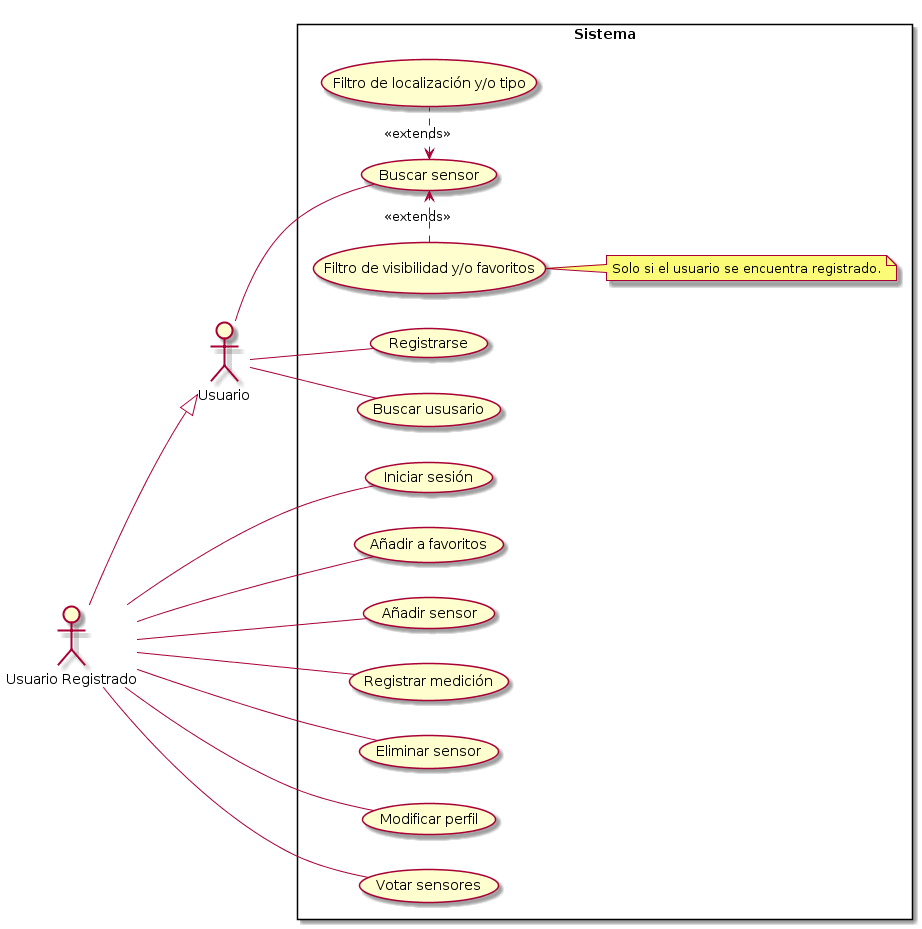
Earlier version of the PlantUML export Diagramas/Casos de Uso/Casos de Uso.png (Canario0/SSW).
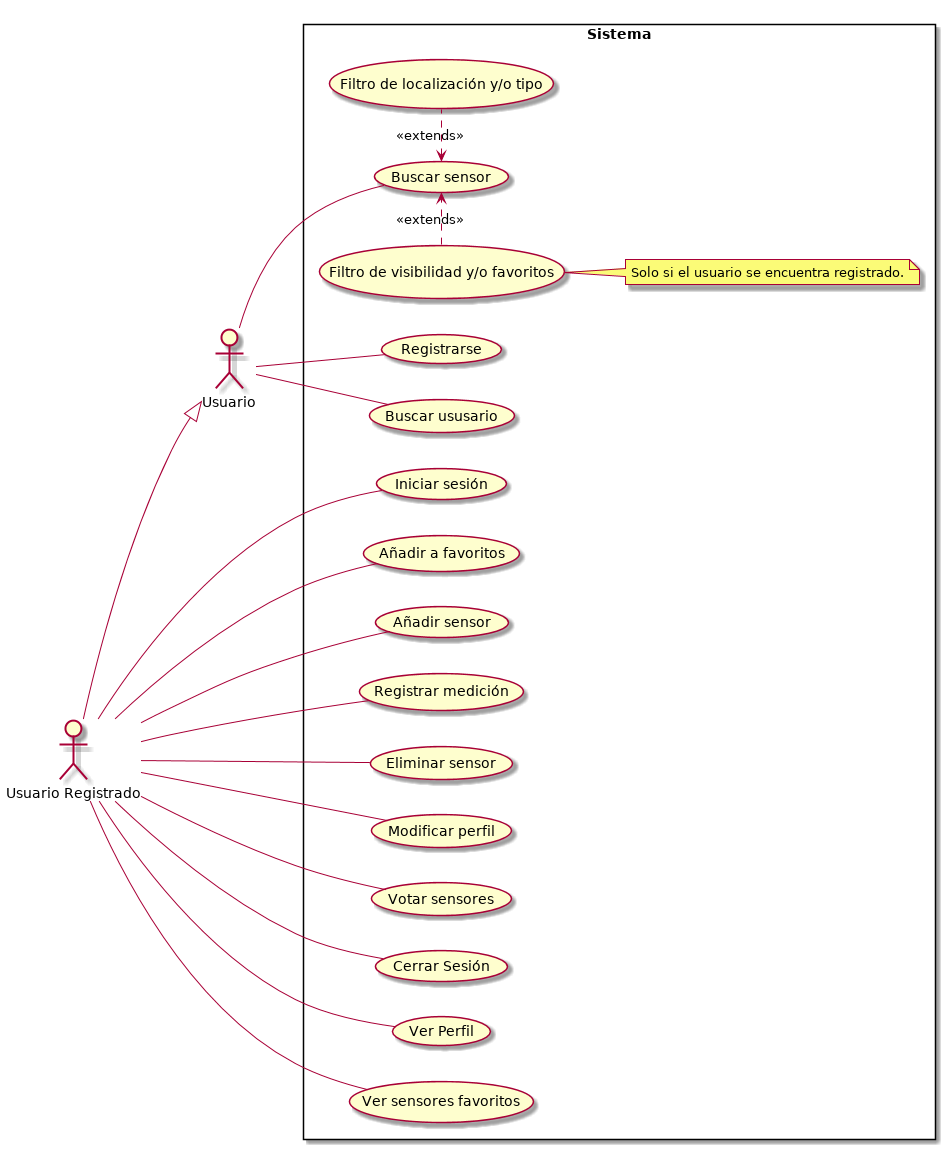
After the commit.

Diff of the diagram source:
```diff
@@ -20,6 +20,10 @@
     usecase (Modificar perfil) as EditPer
     usecase (Votar sensores) as VotarSensors
 
+    usecase (Cerrar Sesión) as CerrarSesion
+    usecase (Ver Perfil) as VerPerfil
+    usecase (Ver sensores favoritos) as VerFavoritos
+
     User -- RegUser
     User -- BusqSensor
     BusqSensor <. Filtro1 : << extends >>
@@ -29,9 +33,14 @@
     Registrado -- Fav
     Registrado -- RegSensor
     Registrado -- RegMedicion
+    Registrado -- EditPer
     Registrado -- EliSensor
-    Registrado -- EditPer
     Registrado -- VotarSensors
+
+    Registrado -- CerrarSesion
+    Registrado -- VerPerfil
+    Registrado -- VerFavoritos
+
     User <|-up- Registrado
 
     note right of Filtro2 : Solo si el usuario se encuentra registrado.
```
